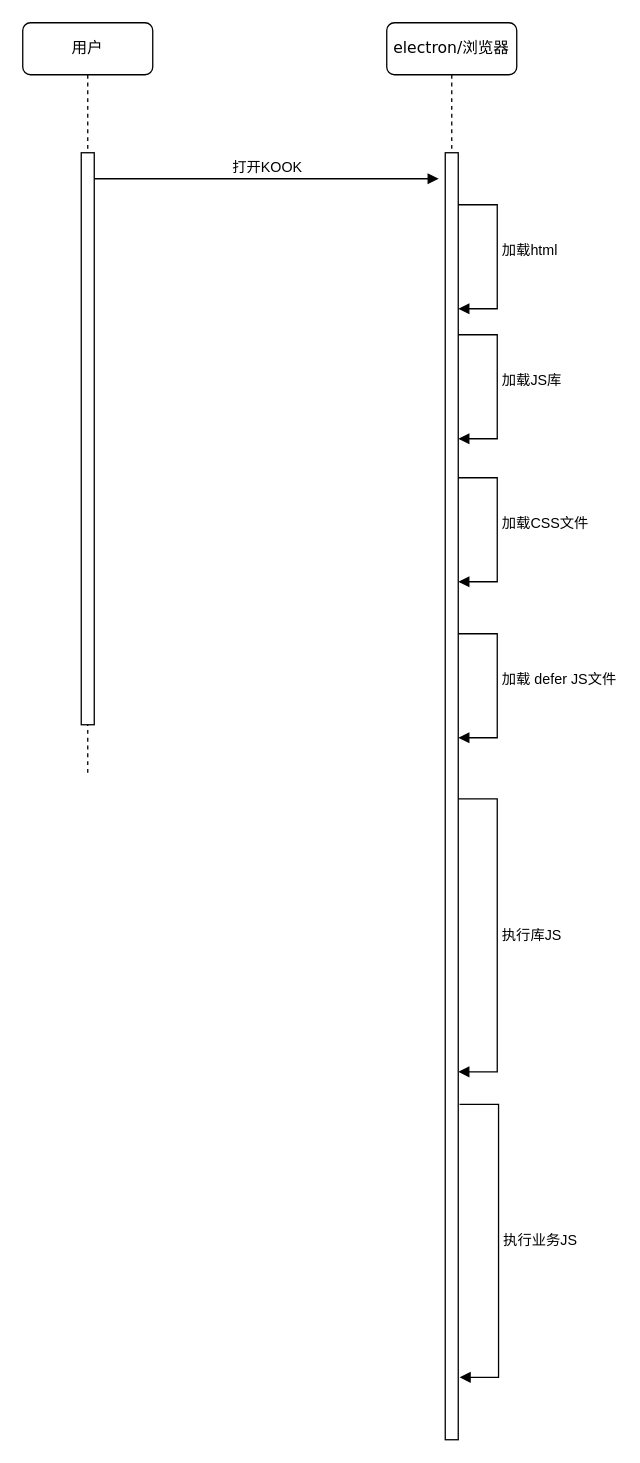
Above: KOOK启动.drawio in ccccccp/draw-io (draw.io), before the change. Source tidied: cells renumbered, new cells numbered last; positions are measured from the earlier drawing's top-left corner, leaving out a move shared by most shapes. Both pictures are drawn from the tidied source at 130%, with x=0, y=0 at pixel (22, 22).
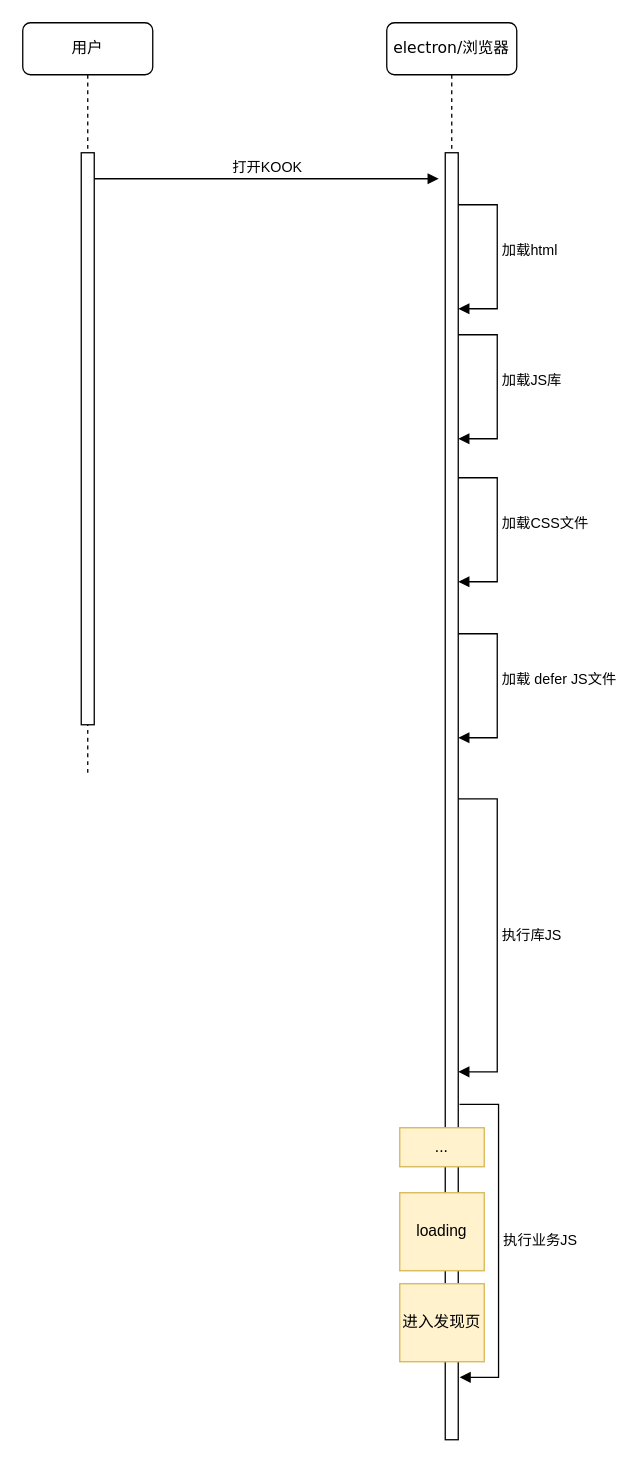
Above is the later version.

The change refers to these unchanged cells:
```xml
<mxCell id="5" value="electron/浏览器" style="shape=umlLifeline;perimeter=lifelinePerimeter;whiteSpace=wrap;html=1;rounded=1;shadow=0;comic=0;labelBackgroundColor=none;strokeWidth=1;fontFamily=Verdana;fontSize=12;align=center;" parent="1" vertex="1">
  <mxGeometry x="280" width="100" height="1090" as="geometry" />
</mxCell>
```

What changed in the source:
```diff
@@
+    <mxCell id="13" value="loading" style="rounded=0;whiteSpace=wrap;html=1;fillColor=#fff2cc;strokeColor=#d6b656;" parent="5" vertex="1">
+      <mxGeometry x="10" y="900" width="65" height="60" as="geometry" />
+    </mxCell>
+    <mxCell id="14" value="进入发现页" style="rounded=0;whiteSpace=wrap;html=1;fillColor=#fff2cc;strokeColor=#d6b656;" parent="5" vertex="1">
+      <mxGeometry x="10" y="970" width="65" height="60" as="geometry" />
+    </mxCell>
+    <mxCell id="15" value="..." style="rounded=0;whiteSpace=wrap;html=1;fillColor=#fff2cc;strokeColor=#d6b656;" parent="5" vertex="1">
+      <mxGeometry x="10" y="850" width="65" height="30" as="geometry" />
+    </mxCell>
```
